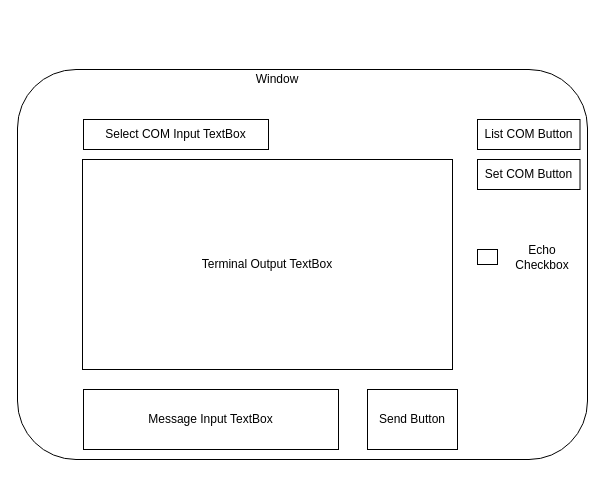
The draw.io diagram page "UI" (1 of 4) of Documentation/PC_GUI_Flowchart.drawio in nagars/CPDM-IISc, before the edit. Source tidied: cells renumbered, new cells numbered last; positions are measured from the earlier drawing's top-left corner, leaving out a move shared by most shapes. Both pictures are drawn from the tidied source at 100%, with x=0, y=0 at pixel (17, 59).
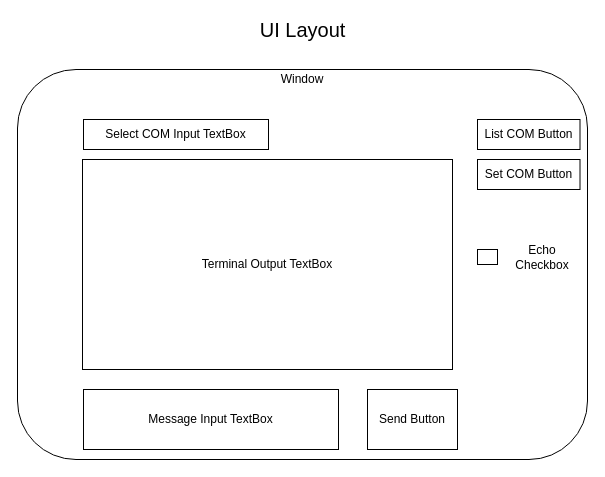
The same page after the edit.

Diff of the diagram source:
```diff
@@
 <mxGraphModel>
   <root>
     <mxCell id="0" />
     <mxCell id="1" parent="0" />
     <mxCell id="2" style="rounded=1;whiteSpace=wrap;html=1;fontSize=12;glass=0;strokeWidth=1;shadow=0;" parent="1" vertex="1">
       <mxGeometry y="10" width="570" height="390" as="geometry" />
     </mxCell>
     <mxCell id="3" value="Window" style="text;html=1;strokeColor=none;fillColor=none;align=center;verticalAlign=middle;whiteSpace=wrap;rounded=0;" parent="1" vertex="1">
-      <mxGeometry x="210" width="100" height="40" as="geometry" />
+      <mxGeometry x="235" width="100" height="40" as="geometry" />
     </mxCell>
     <mxCell id="4" value="Terminal Output TextBox" style="rounded=0;whiteSpace=wrap;html=1;" parent="1" vertex="1">
       <mxGeometry x="65" y="100" width="370" height="210" as="geometry" />
     </mxCell>
     <mxCell id="5" value="Message Input TextBox" style="rounded=0;whiteSpace=wrap;html=1;" parent="1" vertex="1">
       <mxGeometry x="66" y="330" width="255" height="60" as="geometry" />
     </mxCell>
     <mxCell id="6" value="Send Button" style="rounded=0;whiteSpace=wrap;html=1;" parent="1" vertex="1">
       <mxGeometry x="350" y="330" width="90" height="60" as="geometry" />
     </mxCell>
     <mxCell id="7" value="Select COM Input TextBox" style="rounded=0;whiteSpace=wrap;html=1;" parent="1" vertex="1">
       <mxGeometry x="66" y="60" width="185" height="30" as="geometry" />
     </mxCell>
     <mxCell id="8" style="rounded=0;whiteSpace=wrap;html=1;" parent="1" vertex="1">
       <mxGeometry x="460" y="190" width="20" height="15" as="geometry" />
     </mxCell>
     <mxCell id="9" value="Echo Checkbox" style="text;html=1;strokeColor=none;fillColor=none;align=center;verticalAlign=middle;whiteSpace=wrap;rounded=0;" parent="1" vertex="1">
       <mxGeometry x="490" y="180" width="70" height="35" as="geometry" />
     </mxCell>
     <mxCell id="10" value="List COM Button" style="rounded=0;whiteSpace=wrap;html=1;" parent="1" vertex="1">
       <mxGeometry x="460" y="60" width="102.5" height="30" as="geometry" />
     </mxCell>
     <mxCell id="11" value="Set COM Button" style="rounded=0;whiteSpace=wrap;html=1;" parent="1" vertex="1">
       <mxGeometry x="460" y="100" width="102.5" height="30" as="geometry" />
     </mxCell>
+    <mxCell id="12" value="&lt;font style=&quot;font-size: 20px&quot;&gt;UI Layout&lt;/font&gt;" style="text;html=1;align=center;verticalAlign=middle;" parent="1" vertex="1">
+      <mxGeometry x="235" y="-40" width="100" height="20" as="geometry" />
+    </mxCell>
   </root>
 </mxGraphModel>
```
